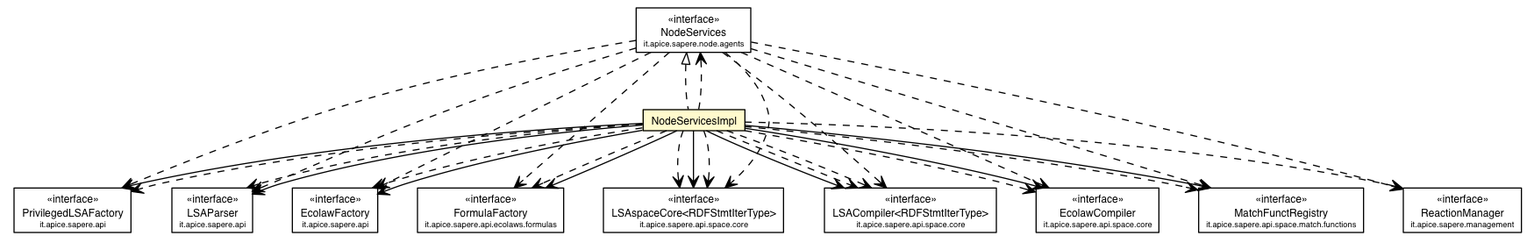
Earlier version of the Graphviz export deployed-site/apidocs/it/apice/sapere/node/internal/NodeServicesImpl.png (DanySK/Legacy-Contessi-Thesis-Semantic-Web-SAPERE). Its source is kept beside it as deployed-site/apidocs/it/apice/sapere/node/internal/NodeServicesImpl.dot.
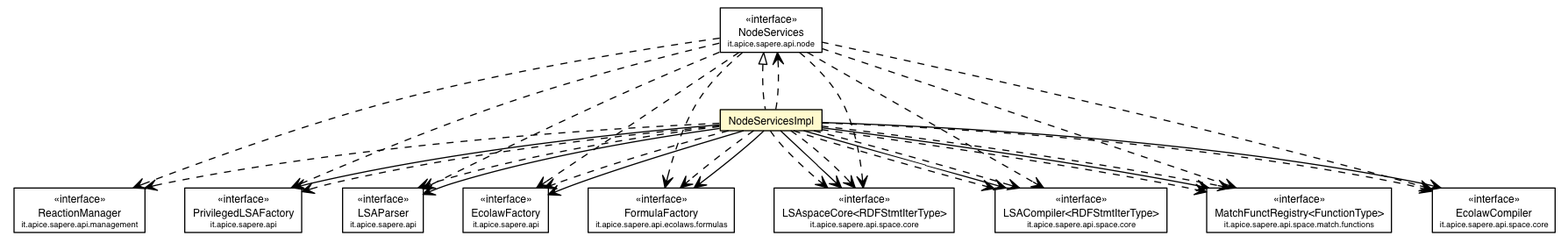
After the commit.

What changed in the source:
```diff
@@ -2,109 +2,110 @@
 digraph G {
 	edge [fontname="Helvetica",fontsize=10,labelfontname="Helvetica",labelfontsize=10];
 	node [fontname="Helvetica",fontsize=10,shape=plaintext];
-	c60988 [label=<<table border="0" cellborder="1" cellspacing="0" cellpadding="2" port="p" href="../../api/PrivilegedLSAFactory.html">
+	c65743 [label=<<table border="0" cellborder="1" cellspacing="0" cellpadding="2" port="p" href="../../api/PrivilegedLSAFactory.html">
 		<tr><td><table border="0" cellspacing="0" cellpadding="1">
 			<tr><td> &laquo;interface&raquo; </td></tr>
 			<tr><td> PrivilegedLSAFactory </td></tr>
 			<tr><td><font point-size="7.0"> it.apice.sapere.api </font></td></tr>
 		</table></td></tr>
 		</table>>, fontname="Helvetica", fontcolor="black", fontsize=9.0];
-	c60989 [label=<<table border="0" cellborder="1" cellspacing="0" cellpadding="2" port="p" href="../../api/LSAParser.html">
+	c65744 [label=<<table border="0" cellborder="1" cellspacing="0" cellpadding="2" port="p" href="../../api/LSAParser.html">
 		<tr><td><table border="0" cellspacing="0" cellpadding="1">
 			<tr><td> &laquo;interface&raquo; </td></tr>
 			<tr><td> LSAParser </td></tr>
 			<tr><td><font point-size="7.0"> it.apice.sapere.api </font></td></tr>
 		</table></td></tr>
 		</table>>, fontname="Helvetica", fontcolor="black", fontsize=9.0];
-	c60991 [label=<<table border="0" cellborder="1" cellspacing="0" cellpadding="2" port="p" href="../../api/EcolawFactory.html">
+	c65746 [label=<<table border="0" cellborder="1" cellspacing="0" cellpadding="2" port="p" href="../../api/EcolawFactory.html">
 		<tr><td><table border="0" cellspacing="0" cellpadding="1">
 			<tr><td> &laquo;interface&raquo; </td></tr>
 			<tr><td> EcolawFactory </td></tr>
 			<tr><td><font point-size="7.0"> it.apice.sapere.api </font></td></tr>
 		</table></td></tr>
 		</table>>, fontname="Helvetica", fontcolor="black", fontsize=9.0];
-	c61015 [label=<<table border="0" cellborder="1" cellspacing="0" cellpadding="2" port="p" href="../../api/ecolaws/formulas/FormulaFactory.html">
+	c65770 [label=<<table border="0" cellborder="1" cellspacing="0" cellpadding="2" port="p" href="../../api/ecolaws/formulas/FormulaFactory.html">
 		<tr><td><table border="0" cellspacing="0" cellpadding="1">
 			<tr><td> &laquo;interface&raquo; </td></tr>
 			<tr><td> FormulaFactory </td></tr>
 			<tr><td><font point-size="7.0"> it.apice.sapere.api.ecolaws.formulas </font></td></tr>
 		</table></td></tr>
 		</table>>, fontname="Helvetica", fontcolor="black", fontsize=9.0];
-	c61062 [label=<<table border="0" cellborder="1" cellspacing="0" cellpadding="2" port="p" href="../../api/space/core/LSAspaceCore.html">
+	c65818 [label=<<table border="0" cellborder="1" cellspacing="0" cellpadding="2" port="p" href="../../api/management/ReactionManager.html">
+		<tr><td><table border="0" cellspacing="0" cellpadding="1">
+			<tr><td> &laquo;interface&raquo; </td></tr>
+			<tr><td> ReactionManager </td></tr>
+			<tr><td><font point-size="7.0"> it.apice.sapere.api.management </font></td></tr>
+		</table></td></tr>
+		</table>>, fontname="Helvetica", fontcolor="black", fontsize=9.0];
+	c65829 [label=<<table border="0" cellborder="1" cellspacing="0" cellpadding="2" port="p" href="../../api/node/NodeServices.html">
+		<tr><td><table border="0" cellspacing="0" cellpadding="1">
+			<tr><td> &laquo;interface&raquo; </td></tr>
+			<tr><td> NodeServices </td></tr>
+			<tr><td><font point-size="7.0"> it.apice.sapere.api.node </font></td></tr>
+		</table></td></tr>
+		</table>>, fontname="Helvetica", fontcolor="black", fontsize=9.0];
+	c65830 [label=<<table border="0" cellborder="1" cellspacing="0" cellpadding="2" port="p" href="../../api/space/core/LSAspaceCore.html">
 		<tr><td><table border="0" cellspacing="0" cellpadding="1">
 			<tr><td> &laquo;interface&raquo; </td></tr>
 			<tr><td> LSAspaceCore&lt;RDFStmtIterType&gt; </td></tr>
 			<tr><td><font point-size="7.0"> it.apice.sapere.api.space.core </font></td></tr>
 		</table></td></tr>
 		</table>>, fontname="Helvetica", fontcolor="black", fontsize=9.0];
-	c61063 [label=<<table border="0" cellborder="1" cellspacing="0" cellpadding="2" port="p" href="../../api/space/core/LSACompiler.html">
+	c65831 [label=<<table border="0" cellborder="1" cellspacing="0" cellpadding="2" port="p" href="../../api/space/core/LSACompiler.html">
 		<tr><td><table border="0" cellspacing="0" cellpadding="1">
 			<tr><td> &laquo;interface&raquo; </td></tr>
 			<tr><td> LSACompiler&lt;RDFStmtIterType&gt; </td></tr>
 			<tr><td><font point-size="7.0"> it.apice.sapere.api.space.core </font></td></tr>
 		</table></td></tr>
 		</table>>, fontname="Helvetica", fontcolor="black", fontsize=9.0];
-	c61064 [label=<<table border="0" cellborder="1" cellspacing="0" cellpadding="2" port="p" href="../../api/space/core/EcolawCompiler.html">
+	c65832 [label=<<table border="0" cellborder="1" cellspacing="0" cellpadding="2" port="p" href="../../api/space/core/EcolawCompiler.html">
 		<tr><td><table border="0" cellspacing="0" cellpadding="1">
 			<tr><td> &laquo;interface&raquo; </td></tr>
 			<tr><td> EcolawCompiler </td></tr>
 			<tr><td><font point-size="7.0"> it.apice.sapere.api.space.core </font></td></tr>
 		</table></td></tr>
 		</table>>, fontname="Helvetica", fontcolor="black", fontsize=9.0];
-	c61148 [label=<<table border="0" cellborder="1" cellspacing="0" cellpadding="2" port="p" href="../../api/space/match/functions/MatchFunctRegistry.html">
+	c65839 [label=<<table border="0" cellborder="1" cellspacing="0" cellpadding="2" port="p" href="../../api/space/match/functions/MatchFunctRegistry.html">
 		<tr><td><table border="0" cellspacing="0" cellpadding="1">
 			<tr><td> &laquo;interface&raquo; </td></tr>
-			<tr><td> MatchFunctRegistry </td></tr>
+			<tr><td> MatchFunctRegistry&lt;FunctionType&gt; </td></tr>
 			<tr><td><font point-size="7.0"> it.apice.sapere.api.space.match.functions </font></td></tr>
 		</table></td></tr>
 		</table>>, fontname="Helvetica", fontcolor="black", fontsize=9.0];
-	c61163 [label=<<table border="0" cellborder="1" cellspacing="0" cellpadding="2" port="p" href="../../management/ReactionManager.html">
-		<tr><td><table border="0" cellspacing="0" cellpadding="1">
-			<tr><td> &laquo;interface&raquo; </td></tr>
-			<tr><td> ReactionManager </td></tr>
-			<tr><td><font point-size="7.0"> it.apice.sapere.management </font></td></tr>
-		</table></td></tr>
-		</table>>, fontname="Helvetica", fontcolor="black", fontsize=9.0];
-	c61174 [label=<<table border="0" cellborder="1" cellspacing="0" cellpadding="2" port="p" href="../agents/NodeServices.html">
-		<tr><td><table border="0" cellspacing="0" cellpadding="1">
-			<tr><td> &laquo;interface&raquo; </td></tr>
-			<tr><td> NodeServices </td></tr>
-			<tr><td><font point-size="7.0"> it.apice.sapere.node.agents </font></td></tr>
-		</table></td></tr>
-		</table>>, fontname="Helvetica", fontcolor="black", fontsize=9.0];
-	c61184 [label=<<table border="0" cellborder="1" cellspacing="0" cellpadding="2" port="p" bgcolor="lemonChiffon" href="./NodeServicesImpl.html">
+	c65943 [label=<<table border="0" cellborder="1" cellspacing="0" cellpadding="2" port="p" bgcolor="lemonChiffon" href="./NodeServicesImpl.html">
 		<tr><td><table border="0" cellspacing="0" cellpadding="1">
 			<tr><td> NodeServicesImpl </td></tr>
 		</table></td></tr>
 		</table>>, fontname="Helvetica", fontcolor="black", fontsize=9.0];
-	c61174:p -> c61184:p [dir=back,arrowtail=empty,style=dashed];
-	c61184:p -> c60988:p [taillabel="", label="", headlabel="", fontname="Helvetica", fontcolor="black", fontsize=10.0, color="black", arrowhead=open];
-	c61184:p -> c61063:p [taillabel="", label="", headlabel="", fontname="Helvetica", fontcolor="black", fontsize=10.0, color="black", arrowhead=open];
-	c61184:p -> c60989:p [taillabel="", label="", headlabel="", fontname="Helvetica", fontcolor="black", fontsize=10.0, color="black", arrowhead=open];
-	c61184:p -> c60991:p [taillabel="", label="", headlabel="", fontname="Helvetica", fontcolor="black", fontsize=10.0, color="black", arrowhead=open];
-	c61184:p -> c61064:p [taillabel="", label="", headlabel="", fontname="Helvetica", fontcolor="black", fontsize=10.0, color="black", arrowhead=open];
-	c61184:p -> c61015:p [taillabel="", label="", headlabel="", fontname="Helvetica", fontcolor="black", fontsize=10.0, color="black", arrowhead=open];
-	c61184:p -> c61062:p [taillabel="", label="", headlabel="", fontname="Helvetica", fontcolor="black", fontsize=10.0, color="black", arrowhead=open];
-	c61184:p -> c61148:p [taillabel="", label="", headlabel="", fontname="Helvetica", fontcolor="black", fontsize=10.0, color="black", arrowhead=open];
-	c61174:p -> c61148:p [taillabel="", label="", headlabel="", fontname="Helvetica", fontcolor="black", fontsize=10.0, color="black", arrowhead=open, style=dashed];
-	c61174:p -> c61015:p [taillabel="", label="", headlabel="", fontname="Helvetica", fontcolor="black", fontsize=10.0, color="black", arrowhead=open, style=dashed];
-	c61174:p -> c60988:p [taillabel="", label="", headlabel="", fontname="Helvetica", fontcolor="black", fontsize=10.0, color="black", arrowhead=open, style=dashed];
-	c61174:p -> c60989:p [taillabel="", label="", headlabel="", fontname="Helvetica", fontcolor="black", fontsize=10.0, color="black", arrowhead=open, style=dashed];
-	c61174:p -> c61063:p [taillabel="", label="", headlabel="", fontname="Helvetica", fontcolor="black", fontsize=10.0, color="black", arrowhead=open, style=dashed];
-	c61174:p -> c61163:p [taillabel="", label="", headlabel="", fontname="Helvetica", fontcolor="black", fontsize=10.0, color="black", arrowhead=open, style=dashed];
-	c61174:p -> c61062:p [taillabel="", label="", headlabel="", fontname="Helvetica", fontcolor="black", fontsize=10.0, color="black", arrowhead=open, style=dashed];
-	c61174:p -> c61064:p [taillabel="", label="", headlabel="", fontname="Helvetica", fontcolor="black", fontsize=10.0, color="black", arrowhead=open, style=dashed];
-	c61174:p -> c60991:p [taillabel="", label="", headlabel="", fontname="Helvetica", fontcolor="black", fontsize=10.0, color="black", arrowhead=open, style=dashed];
-	c61184:p -> c61062:p [taillabel="", label="", headlabel="", fontname="Helvetica", fontcolor="black", fontsize=10.0, color="black", arrowhead=open, style=dashed];
-	c61184:p -> c61148:p [taillabel="", label="", headlabel="", fontname="Helvetica", fontcolor="black", fontsize=10.0, color="black", arrowhead=open, style=dashed];
-	c61184:p -> c61064:p [taillabel="", label="", headlabel="", fontname="Helvetica", fontcolor="black", fontsize=10.0, color="black", arrowhead=open, style=dashed];
-	c61184:p -> c61063:p [taillabel="", label="", headlabel="", fontname="Helvetica", fontcolor="black", fontsize=10.0, color="black", arrowhead=open, style=dashed];
-	c61184:p -> c60988:p [taillabel="", label="", headlabel="", fontname="Helvetica", fontcolor="black", fontsize=10.0, color="black", arrowhead=open, style=dashed];
-	c61184:p -> c61015:p [taillabel="", label="", headlabel="", fontname="Helvetica", fontcolor="black", fontsize=10.0, color="black", arrowhead=open, style=dashed];
-	c61184:p -> c60989:p [taillabel="", label="", headlabel="", fontname="Helvetica", fontcolor="black", fontsize=10.0, color="black", arrowhead=open, style=dashed];
-	c61184:p -> c61174:p [taillabel="", label="", headlabel="", fontname="Helvetica", fontcolor="black", fontsize=10.0, color="black", arrowhead=open, style=dashed];
-	c61184:p -> c61163:p [taillabel="", label="", headlabel="", fontname="Helvetica", fontcolor="black", fontsize=10.0, color="black", arrowhead=open, style=dashed];
-	c61184:p -> c60991:p [taillabel="", label="", headlabel="", fontname="Helvetica", fontcolor="black", fontsize=10.0, color="black", arrowhead=open, style=dashed];
-	c61184:p -> c61063:p [taillabel="", label="", headlabel="", fontname="Helvetica", fontcolor="black", fontsize=10.0, color="black", arrowhead=open, style=dashed];
-	c61184:p -> c61062:p [taillabel="", label="", headlabel="", fontname="Helvetica", fontcolor="black", fontsize=10.0, color="black", arrowhead=open, style=dashed];
+	c65829:p -> c65943:p [dir=back,arrowtail=empty,style=dashed];
+	c65943:p -> c65743:p [taillabel="", label="", headlabel="", fontname="Helvetica", fontcolor="black", fontsize=10.0, color="black", arrowhead=open];
+	c65943:p -> c65831:p [taillabel="", label="", headlabel="", fontname="Helvetica", fontcolor="black", fontsize=10.0, color="black", arrowhead=open];
+	c65943:p -> c65744:p [taillabel="", label="", headlabel="", fontname="Helvetica", fontcolor="black", fontsize=10.0, color="black", arrowhead=open];
+	c65943:p -> c65746:p [taillabel="", label="", headlabel="", fontname="Helvetica", fontcolor="black", fontsize=10.0, color="black", arrowhead=open];
+	c65943:p -> c65832:p [taillabel="", label="", headlabel="", fontname="Helvetica", fontcolor="black", fontsize=10.0, color="black", arrowhead=open];
+	c65943:p -> c65770:p [taillabel="", label="", headlabel="", fontname="Helvetica", fontcolor="black", fontsize=10.0, color="black", arrowhead=open];
+	c65943:p -> c65830:p [taillabel="", label="", headlabel="", fontname="Helvetica", fontcolor="black", fontsize=10.0, color="black", arrowhead=open];
+	c65943:p -> c65839:p [taillabel="", label="", headlabel="", fontname="Helvetica", fontcolor="black", fontsize=10.0, color="black", arrowhead=open];
+	c65829:p -> c65818:p [taillabel="", label="", headlabel="", fontname="Helvetica", fontcolor="black", fontsize=10.0, color="black", arrowhead=open, style=dashed];
+	c65829:p -> c65839:p [taillabel="", label="", headlabel="", fontname="Helvetica", fontcolor="black", fontsize=10.0, color="black", arrowhead=open, style=dashed];
+	c65829:p -> c65770:p [taillabel="", label="", headlabel="", fontname="Helvetica", fontcolor="black", fontsize=10.0, color="black", arrowhead=open, style=dashed];
+	c65829:p -> c65744:p [taillabel="", label="", headlabel="", fontname="Helvetica", fontcolor="black", fontsize=10.0, color="black", arrowhead=open, style=dashed];
+	c65829:p -> c65830:p [taillabel="", label="", headlabel="", fontname="Helvetica", fontcolor="black", fontsize=10.0, color="black", arrowhead=open, style=dashed];
+	c65829:p -> c65831:p [taillabel="", label="", headlabel="", fontname="Helvetica", fontcolor="black", fontsize=10.0, color="black", arrowhead=open, style=dashed];
+	c65829:p -> c65746:p [taillabel="", label="", headlabel="", fontname="Helvetica", fontcolor="black", fontsize=10.0, color="black", arrowhead=open, style=dashed];
+	c65829:p -> c65832:p [taillabel="", label="", headlabel="", fontname="Helvetica", fontcolor="black", fontsize=10.0, color="black", arrowhead=open, style=dashed];
+	c65829:p -> c65743:p [taillabel="", label="", headlabel="", fontname="Helvetica", fontcolor="black", fontsize=10.0, color="black", arrowhead=open, style=dashed];
+	c65943:p -> c65832:p [taillabel="", label="", headlabel="", fontname="Helvetica", fontcolor="black", fontsize=10.0, color="black", arrowhead=open, style=dashed];
+	c65943:p -> c65831:p [taillabel="", label="", headlabel="", fontname="Helvetica", fontcolor="black", fontsize=10.0, color="black", arrowhead=open, style=dashed];
+	c65943:p -> c65839:p [taillabel="", label="", headlabel="", fontname="Helvetica", fontcolor="black", fontsize=10.0, color="black", arrowhead=open, style=dashed];
+	c65943:p -> c65830:p [taillabel="", label="", headlabel="", fontname="Helvetica", fontcolor="black", fontsize=10.0, color="black", arrowhead=open, style=dashed];
+	c65943:p -> c65830:p [taillabel="", label="", headlabel="", fontname="Helvetica", fontcolor="black", fontsize=10.0, color="black", arrowhead=open, style=dashed];
+	c65943:p -> c65818:p [taillabel="", label="", headlabel="", fontname="Helvetica", fontcolor="black", fontsize=10.0, color="black", arrowhead=open, style=dashed];
+	c65943:p -> c65770:p [taillabel="", label="", headlabel="", fontname="Helvetica", fontcolor="black", fontsize=10.0, color="black", arrowhead=open, style=dashed];
+	c65943:p -> c65744:p [taillabel="", label="", headlabel="", fontname="Helvetica", fontcolor="black", fontsize=10.0, color="black", arrowhead=open, style=dashed];
+	c65943:p -> c65746:p [taillabel="", label="", headlabel="", fontname="Helvetica", fontcolor="black", fontsize=10.0, color="black", arrowhead=open, style=dashed];
+	c65943:p -> c65839:p [taillabel="", label="", headlabel="", fontname="Helvetica", fontcolor="black", fontsize=10.0, color="black", arrowhead=open, style=dashed];
+	c65943:p -> c65829:p [taillabel="", label="", headlabel="", fontname="Helvetica", fontcolor="black", fontsize=10.0, color="black", arrowhead=open, style=dashed];
+	c65943:p -> c65831:p [taillabel="", label="", headlabel="", fontname="Helvetica", fontcolor="black", fontsize=10.0, color="black", arrowhead=open, style=dashed];
+	c65943:p -> c65743:p [taillabel="", label="", headlabel="", fontname="Helvetica", fontcolor="black", fontsize=10.0, color="black", arrowhead=open, style=dashed];
 }
```
